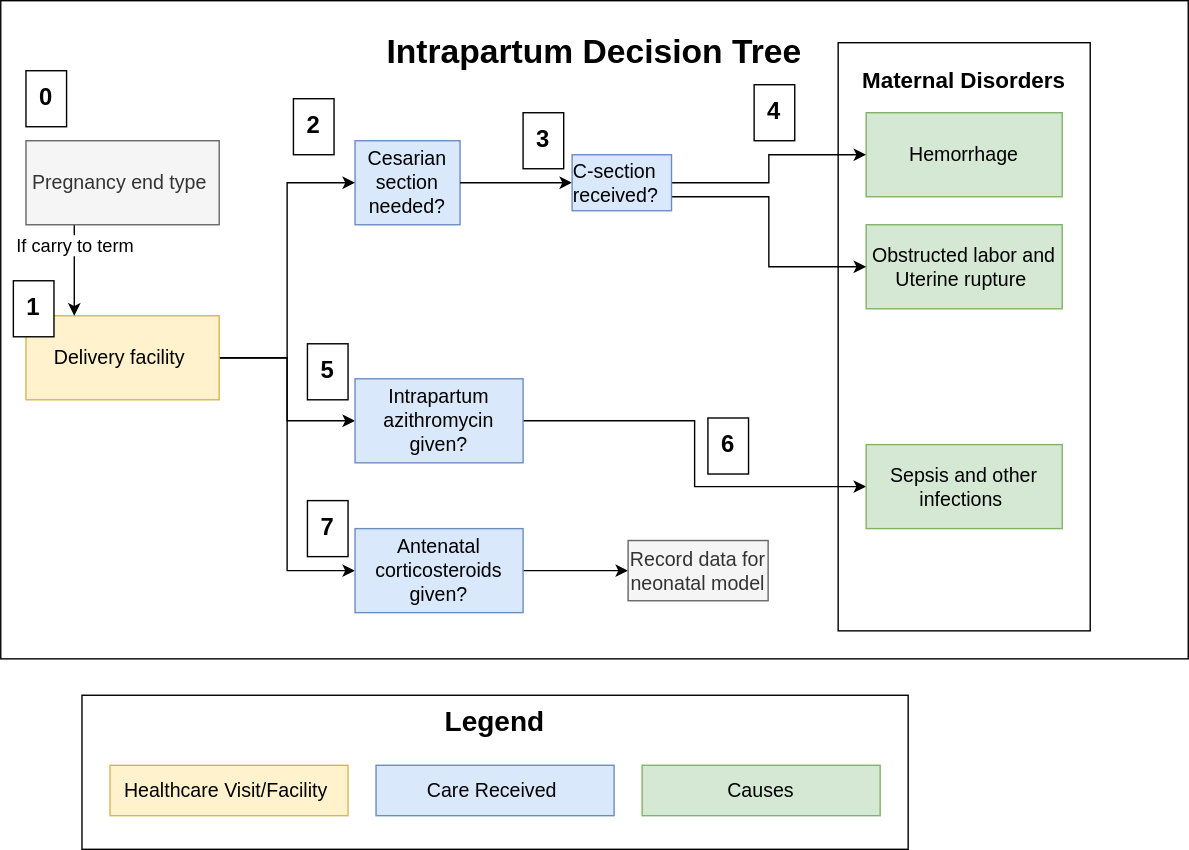
The draw.io diagram docs/source/models/concept_models/vivarium_mncnh_portfolio/intrapartum_decision_tree_vr.svg in ihmeuw/vivarium_research, before a commit. Source tidied: cells renumbered, new cells last; positions are measured from the earlier drawing's top-left corner, leaving out a move shared by most shapes.
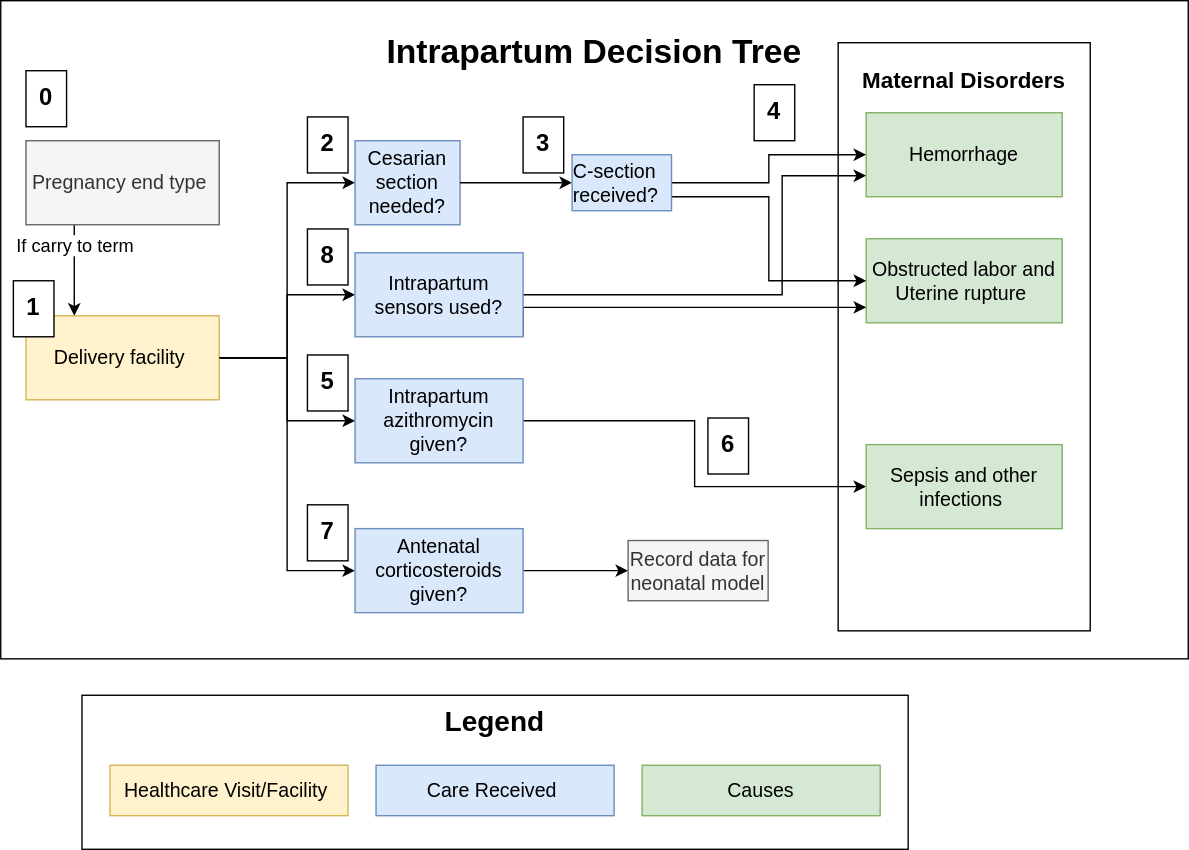
The same diagram one commit later.

Commit message:
Update intrapartum concept model diagram to include intrapartum sensors

Change to the diagram source:
```diff
@@ -54,7 +54,7 @@
       <mxGeometry x="618" y="80" width="140" height="60" as="geometry" />
     </mxCell>
     <mxCell id="19" value="&lt;font style=&quot;font-size: 14px;&quot;&gt;Obstructed labor and Uterine rupture&amp;nbsp;&lt;/font&gt;" style="whiteSpace=wrap;html=1;hachureGap=4;fontFamily=Helvetica;fillColor=#d5e8d4;strokeColor=#82b366;" parent="1" vertex="1">
-      <mxGeometry x="618" y="160" width="140" height="60" as="geometry" />
+      <mxGeometry x="618" y="170" width="140" height="60" as="geometry" />
     </mxCell>
     <mxCell id="20" value="&lt;font style=&quot;font-size: 14px;&quot;&gt;Sepsis and other infections&amp;nbsp;&lt;/font&gt;" style="whiteSpace=wrap;html=1;hachureGap=4;fontFamily=Helvetica;fillColor=#d5e8d4;strokeColor=#82b366;" parent="1" vertex="1">
       <mxGeometry x="618" y="317" width="140" height="60" as="geometry" />
@@ -75,22 +75,22 @@
       <mxGeometry x="9" y="200" width="29" height="40" as="geometry" />
     </mxCell>
     <mxCell id="26" value="&lt;b&gt;&lt;font style=&quot;font-size: 17px;&quot;&gt;2&lt;/font&gt;&lt;/b&gt;" style="whiteSpace=wrap;html=1;hachureGap=4;fontFamily=Helvetica;" parent="1" vertex="1">
-      <mxGeometry x="209" y="70" width="29" height="40" as="geometry" />
+      <mxGeometry x="219" y="83" width="29" height="40" as="geometry" />
     </mxCell>
     <mxCell id="27" value="&lt;b&gt;&lt;font style=&quot;font-size: 17px;&quot;&gt;3&lt;/font&gt;&lt;/b&gt;" style="whiteSpace=wrap;html=1;hachureGap=4;fontFamily=Helvetica;" parent="1" vertex="1">
-      <mxGeometry x="373" y="80" width="29" height="40" as="geometry" />
+      <mxGeometry x="373" y="83" width="29" height="40" as="geometry" />
     </mxCell>
     <mxCell id="28" value="&lt;b&gt;&lt;font style=&quot;font-size: 17px;&quot;&gt;4&lt;/font&gt;&lt;/b&gt;" style="whiteSpace=wrap;html=1;hachureGap=4;fontFamily=Helvetica;" parent="1" vertex="1">
       <mxGeometry x="538" y="60" width="29" height="40" as="geometry" />
     </mxCell>
     <mxCell id="29" value="&lt;b&gt;&lt;font style=&quot;font-size: 17px;&quot;&gt;5&lt;/font&gt;&lt;/b&gt;" style="whiteSpace=wrap;html=1;hachureGap=4;fontFamily=Helvetica;" parent="1" vertex="1">
-      <mxGeometry x="219" y="245" width="29" height="40" as="geometry" />
+      <mxGeometry x="219" y="253" width="29" height="40" as="geometry" />
     </mxCell>
     <mxCell id="30" value="&lt;b&gt;&lt;font style=&quot;font-size: 17px;&quot;&gt;6&lt;/font&gt;&lt;/b&gt;" style="whiteSpace=wrap;html=1;hachureGap=4;fontFamily=Helvetica;" parent="1" vertex="1">
       <mxGeometry x="505" y="298" width="29" height="40" as="geometry" />
     </mxCell>
     <mxCell id="31" value="&lt;b&gt;&lt;font style=&quot;font-size: 17px;&quot;&gt;7&lt;/font&gt;&lt;/b&gt;" style="whiteSpace=wrap;html=1;hachureGap=4;fontFamily=Helvetica;" parent="1" vertex="1">
-      <mxGeometry x="219" y="357" width="29" height="40" as="geometry" />
+      <mxGeometry x="219" y="360" width="29" height="40" as="geometry" />
     </mxCell>
     <mxCell id="32" style="edgeStyle=orthogonalEdgeStyle;rounded=0;jettySize=auto;html=1;exitX=0.25;exitY=1;exitDx=0;exitDy=0;entryX=0.25;entryY=0;entryDx=0;entryDy=0;" parent="1" edge="1" source="34" target="8">
       <mxGeometry relative="1" as="geometry" />
@@ -107,5 +107,31 @@
     <mxCell id="36" value="&lt;font style=&quot;font-size: 14px;&quot;&gt;Record data for neonatal model&lt;/font&gt;" style="whiteSpace=wrap;html=1;hachureGap=4;fontFamily=Helvetica;fillColor=#f5f5f5;strokeColor=#666666;fontColor=#333333;" parent="1" vertex="1">
       <mxGeometry x="448" y="385.5" width="100" height="43" as="geometry" />
     </mxCell>
+    <mxCell id="37" style="edgeStyle=orthogonalEdgeStyle;rounded=0;jettySize=auto;html=1;exitX=1;exitY=0.5;exitDx=0;exitDy=0;" parent="1" edge="1" source="8" target="40">
+      <mxGeometry relative="1" as="geometry" />
+    </mxCell>
+    <mxCell id="38" style="edgeStyle=orthogonalEdgeStyle;rounded=0;jettySize=auto;html=1;entryX=0;entryY=0.75;entryDx=0;entryDy=0;" parent="1" edge="1" source="40" target="18">
+      <mxGeometry relative="1" as="geometry">
+        <Array as="points">
+          <mxPoint x="558" y="210" />
+          <mxPoint x="558" y="125" />
+        </Array>
+      </mxGeometry>
+    </mxCell>
+    <mxCell id="39" style="edgeStyle=orthogonalEdgeStyle;rounded=0;orthogonalLoop=1;jettySize=auto;html=1;" parent="1" edge="1">
+      <mxGeometry relative="1" as="geometry">
+        <mxPoint x="373" y="239" as="sourcePoint" />
+        <mxPoint x="618" y="219" as="targetPoint" />
+        <Array as="points">
+          <mxPoint x="373" y="219" />
+        </Array>
+      </mxGeometry>
+    </mxCell>
+    <mxCell id="40" value="&lt;span style=&quot;font-size: 14px;&quot;&gt;Intrapartum sensors used?&lt;/span&gt;" style="whiteSpace=wrap;html=1;hachureGap=4;fontFamily=Helvetica;fillColor=#dae8fc;strokeColor=#6c8ebf;" parent="1" vertex="1">
+      <mxGeometry x="253" y="180" width="120" height="60" as="geometry" />
+    </mxCell>
+    <mxCell id="41" value="&lt;b&gt;&lt;font style=&quot;font-size: 17px;&quot;&gt;8&lt;/font&gt;&lt;/b&gt;" style="whiteSpace=wrap;html=1;hachureGap=4;fontFamily=Helvetica;" parent="1" vertex="1">
+      <mxGeometry x="219" y="163" width="29" height="40" as="geometry" />
+    </mxCell>
   </root>
 </mxGraphModel>
```
